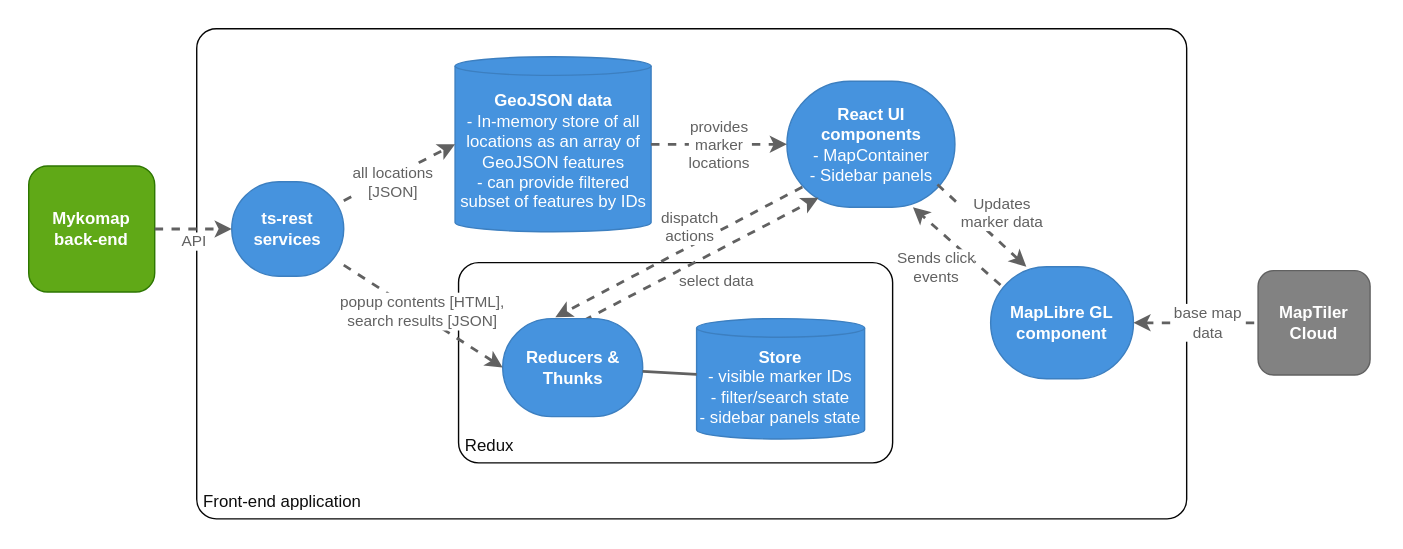
The draw.io diagram docs/images/architecture-front-end.drawio.svg in DigitalCommons/mykomap-monolith, before a commit. Source tidied: cells renumbered, new cells last; positions are measured from the earlier drawing's top-left corner, leaving out a move shared by most shapes.
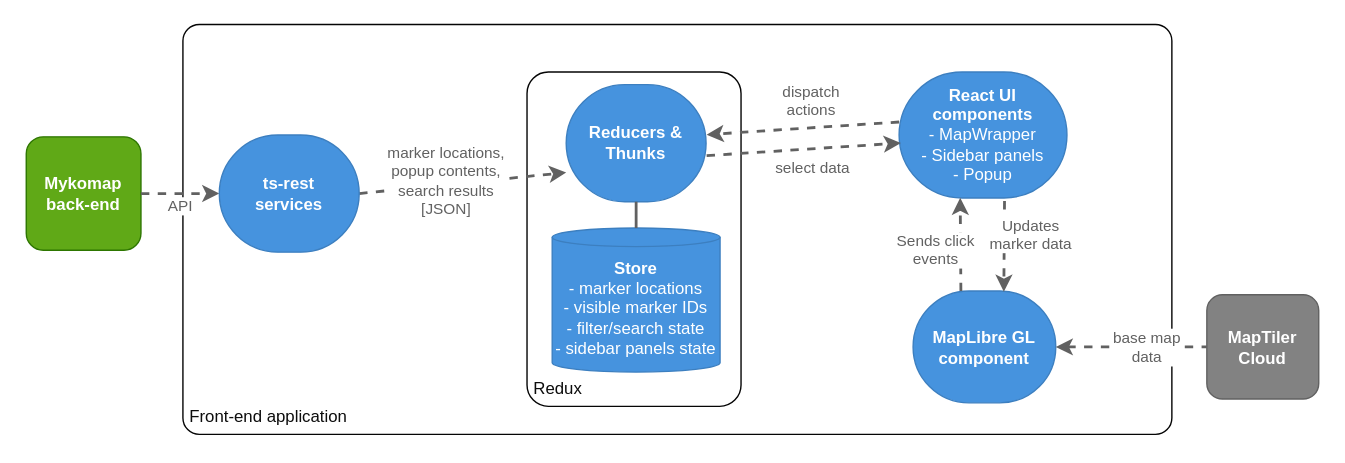
Above is the later version.

Commit message:
[front-end] Update docs

Change to the diagram source:
```diff
@@ -3,69 +3,60 @@
     <mxCell id="0" />
     <mxCell id="1" parent="0" />
     <mxCell id="2" style="rounded=0;whiteSpace=wrap;html=1;labelBackgroundColor=none;strokeColor=none;fontColor=#0D0D0D;fillColor=#FFFFFF;arcSize=4;align=left;verticalAlign=bottom;spacing=5;" parent="1" vertex="1">
-      <mxGeometry width="1000" height="390" as="geometry" />
+      <mxGeometry x="2" y="1" width="960" height="330" as="geometry" />
     </mxCell>
     <mxCell id="3" value="Front-end application" style="rounded=1;whiteSpace=wrap;html=1;labelBackgroundColor=none;strokeColor=#050505;fontColor=#0D0D0D;fillColor=#FFFFFF;arcSize=4;align=left;verticalAlign=bottom;spacing=5;" parent="1" vertex="1">
-      <mxGeometry x="140" y="20" width="707" height="350" as="geometry" />
+      <mxGeometry x="132" y="18" width="707" height="293" as="geometry" />
     </mxCell>
-    <mxCell id="4" value="&lt;b&gt;React UI components&lt;/b&gt;&lt;br&gt;- MapContainer&lt;br&gt;- Sidebar panels" style="rounded=1;whiteSpace=wrap;html=1;fillColor=#4693DE;strokeColor=#3c7fc0;fontColor=#ffffff;arcSize=50;" parent="1" vertex="1">
-      <mxGeometry x="561.5" y="57.5" width="120" height="90" as="geometry" />
+    <mxCell id="4" value="&lt;b&gt;React UI components&lt;/b&gt;&lt;br&gt;- MapWrapper&lt;br&gt;- Sidebar panels&lt;br&gt;- Popup" style="rounded=1;whiteSpace=wrap;html=1;fillColor=#4693DE;strokeColor=#3c7fc0;fontColor=#ffffff;arcSize=50;" parent="1" vertex="1">
+      <mxGeometry x="644" y="52" width="120" height="90" as="geometry" />
     </mxCell>
     <mxCell id="5" value="&lt;b&gt;Mykomap&lt;br&gt;back-end&lt;br&gt;&lt;/b&gt;" style="rounded=1;whiteSpace=wrap;html=1;fillColor=#60a917;strokeColor=#2D7600;fontColor=#ffffff;" parent="1" vertex="1">
-      <mxGeometry x="20" y="118" width="90" height="90" as="geometry" />
+      <mxGeometry x="20" y="98.3" width="82" height="81.1" as="geometry" />
     </mxCell>
     <mxCell id="6" value="&lt;b&gt;MapLibre GL component&lt;/b&gt;" style="rounded=1;whiteSpace=wrap;html=1;fillColor=#4693DE;strokeColor=#3c7fc0;fontColor=#ffffff;arcSize=50;" parent="1" vertex="1">
-      <mxGeometry x="707" y="190" width="102" height="80" as="geometry" />
+      <mxGeometry x="654" y="208.5" width="102" height="80" as="geometry" />
     </mxCell>
-    <mxCell id="7" value="Updates&lt;br&gt;marker data" style="endArrow=classic;html=1;dashed=1;strokeWidth=2;strokeColor=#616161;labelBackgroundColor=#FFFFFF;fontColor=#616161;verticalAlign=bottom;entryX=0.25;entryY=0;entryDx=0;entryDy=0;startArrow=none;exitX=0.896;exitY=0.819;exitDx=0;exitDy=0;exitPerimeter=0;" parent="1" edge="1" source="4" target="6">
-      <mxGeometry x="0.34" y="5" relative="1" as="geometry" />
+    <mxCell id="7" value="Updates&lt;br&gt;marker data" style="endArrow=classic;html=1;dashed=1;strokeWidth=2;strokeColor=#616161;labelBackgroundColor=#FFFFFF;fontColor=#616161;verticalAlign=bottom;entryX=0.636;entryY=0.007;entryDx=0;entryDy=0;startArrow=none;exitX=0.628;exitY=1.025;exitDx=0;exitDy=0;exitPerimeter=0;entryPerimeter=0;" parent="1" edge="1" source="4" target="6">
+      <mxGeometry x="0.25" y="19" relative="1" as="geometry" />
     </mxCell>
     <mxCell id="8" value="Redux" style="rounded=1;whiteSpace=wrap;html=1;labelBackgroundColor=none;strokeColor=#050505;fontColor=#0D0D0D;fillColor=#FFFFFF;arcSize=10;align=left;verticalAlign=bottom;spacing=5;perimeterSpacing=0;" parent="1" vertex="1">
-      <mxGeometry x="327" y="187" width="310" height="143" as="geometry" />
+      <mxGeometry x="378" y="52" width="153" height="239" as="geometry" />
     </mxCell>
-    <mxCell id="9" value="dispatch&lt;br&gt;actions" style="endArrow=classic;html=1;entryX=0.376;entryY=-0.014;entryDx=0;entryDy=0;exitX=0.092;exitY=0.839;exitDx=0;exitDy=0;dashed=1;strokeWidth=2;strokeColor=#616161;labelBackgroundColor=#FFFFFF;fontColor=#616161;entryPerimeter=0;horizontal=1;verticalAlign=bottom;exitPerimeter=0;" parent="1" edge="1" source="4" target="13">
-      <mxGeometry x="-0.08" y="1" relative="1" as="geometry" />
+    <mxCell id="9" value="dispatch&lt;br&gt;actions" style="endArrow=classic;html=1;entryX=1.004;entryY=0.427;entryDx=0;entryDy=0;exitX=0;exitY=0.397;exitDx=0;exitDy=0;dashed=1;strokeWidth=2;strokeColor=#616161;labelBackgroundColor=#FFFFFF;fontColor=#616161;horizontal=1;verticalAlign=bottom;exitPerimeter=0;entryPerimeter=0;" parent="1" edge="1" source="4" target="13">
+      <mxGeometry x="-0.1" y="-4" relative="1" as="geometry">
+        <mxPoint x="-1" as="offset" />
+      </mxGeometry>
     </mxCell>
-    <mxCell id="10" value="select data" style="endArrow=classic;html=1;dashed=1;strokeWidth=2;strokeColor=#616161;labelBackgroundColor=#FFFFFF;fontColor=#616161;exitX=0.579;exitY=0.019;exitDx=0;exitDy=0;exitPerimeter=0;verticalAlign=top;horizontal=1;entryX=0.188;entryY=0.924;entryDx=0;entryDy=0;entryPerimeter=0;" parent="1" edge="1" source="13" target="4">
-      <mxGeometry x="0.09" y="-7" relative="1" as="geometry" />
+    <mxCell id="10" value="select data" style="endArrow=classic;html=1;dashed=1;strokeWidth=2;strokeColor=#616161;labelBackgroundColor=#FFFFFF;fontColor=#616161;exitX=1.004;exitY=0.606;exitDx=0;exitDy=0;verticalAlign=middle;horizontal=1;entryX=0.01;entryY=0.564;entryDx=0;entryDy=0;exitPerimeter=0;entryPerimeter=0;" parent="1" edge="1" source="13" target="4">
+      <mxGeometry x="0.08" y="-14" relative="1" as="geometry" />
     </mxCell>
-    <mxCell id="11" value="&lt;font&gt;&lt;b&gt;GeoJSON data&lt;/b&gt;&lt;br&gt;- In-memory store of all locations as an array of GeoJSON features&lt;br&gt;- can provide filtered subset of features by IDs&lt;br&gt;&lt;/font&gt;" style="shape=cylinder3;whiteSpace=wrap;html=1;boundedLbl=1;backgroundOutline=1;size=6.64705882352942;labelBackgroundColor=none;strokeColor=#3c7fc0;fontColor=#FFFFFF;fillColor=#4693DE;rounded=1;" parent="1" vertex="1">
-      <mxGeometry x="324.5" y="40" width="140" height="125" as="geometry" />
-    </mxCell>
-    <mxCell id="12" value="&lt;font&gt;&lt;b&gt;Store&lt;/b&gt;&lt;br&gt;- visible marker IDs&lt;br&gt;- filter/search state&lt;br&gt;- sidebar panels state&lt;br&gt;&lt;/font&gt;" style="shape=cylinder3;whiteSpace=wrap;html=1;boundedLbl=1;backgroundOutline=1;size=6.64705882352942;labelBackgroundColor=none;strokeColor=#3c7fc0;fontColor=#FFFFFF;fillColor=#4693DE;rounded=1;" parent="1" vertex="1">
-      <mxGeometry x="497" y="227" width="120" height="86" as="geometry" />
+    <mxCell id="12" value="&lt;font&gt;&lt;b&gt;Store&lt;/b&gt;&lt;br&gt;- marker locations&lt;br&gt;- visible marker IDs&lt;br&gt;- filter/search state&lt;br&gt;- sidebar panels state&lt;br&gt;&lt;/font&gt;" style="shape=cylinder3;whiteSpace=wrap;html=1;boundedLbl=1;backgroundOutline=1;size=6.64705882352942;labelBackgroundColor=none;strokeColor=#3c7fc0;fontColor=#FFFFFF;fillColor=#4693DE;rounded=1;" parent="1" vertex="1">
+      <mxGeometry x="396" y="163.5" width="120" height="103" as="geometry" />
     </mxCell>
     <mxCell id="13" value="&lt;b&gt;Reducers &amp;amp; Thunks&lt;/b&gt;" style="rounded=1;whiteSpace=wrap;html=1;fillColor=#4693DE;strokeColor=#3c7fc0;fontColor=#ffffff;arcSize=50;" parent="1" vertex="1">
-      <mxGeometry x="358.5" y="227" width="100" height="70" as="geometry" />
+      <mxGeometry x="406" y="61" width="100" height="83.8" as="geometry" />
     </mxCell>
     <mxCell id="14" style="edgeStyle=none;html=1;strokeColor=#616161;strokeWidth=2;endArrow=none;endFill=0;" parent="1" edge="1" source="13" target="12">
       <mxGeometry relative="1" as="geometry" />
     </mxCell>
-    <mxCell id="15" value="Sends click&lt;br&gt;events" style="endArrow=classic;html=1;dashed=1;strokeWidth=2;strokeColor=#616161;labelBackgroundColor=#FFFFFF;fontColor=#616161;entryX=0.75;entryY=1;entryDx=0;entryDy=0;verticalAlign=top;exitX=0.069;exitY=0.163;exitDx=0;exitDy=0;exitPerimeter=0;" parent="1" edge="1" source="6" target="4">
-      <mxGeometry x="0.37" y="7" relative="1" as="geometry">
-        <mxPoint x="1" as="offset" />
-      </mxGeometry>
+    <mxCell id="15" value="Sends click&lt;br&gt;events" style="endArrow=classic;html=1;dashed=1;strokeWidth=2;strokeColor=#616161;labelBackgroundColor=#FFFFFF;fontColor=#616161;verticalAlign=top;exitX=0.335;exitY=0.001;exitDx=0;exitDy=0;exitPerimeter=0;entryX=0.364;entryY=0.999;entryDx=0;entryDy=0;entryPerimeter=0;" parent="1" edge="1" source="6" target="4">
+      <mxGeometry x="0.46" y="18" relative="1" as="geometry" />
     </mxCell>
-    <mxCell id="16" value="provides&lt;br&gt;marker&lt;br&gt;locations" style="endArrow=classic;html=1;dashed=1;strokeWidth=2;strokeColor=#616161;labelBackgroundColor=#FFFFFF;fontColor=#616161;entryX=0;entryY=0.5;entryDx=0;entryDy=0;verticalAlign=middle;exitX=1;exitY=0.5;exitDx=0;exitDy=0;exitPerimeter=0;" parent="1" edge="1" source="11" target="4">
-      <mxGeometry relative="1" as="geometry" />
-    </mxCell>
     <mxCell id="17" value="base map&lt;br&gt;data" style="endArrow=none;html=1;exitX=1;exitY=0.5;exitDx=0;exitDy=0;dashed=1;strokeWidth=2;strokeColor=#616161;labelBackgroundColor=#FFFFFF;fontColor=#616161;verticalAlign=middle;entryX=0;entryY=0.5;entryDx=0;entryDy=0;endFill=0;startArrow=classic;startFill=1;" parent="1" edge="1" source="6" target="18">
       <mxGeometry x="0.2" relative="1" as="geometry" />
     </mxCell>
     <mxCell id="18" value="&lt;b&gt;MapTiler Cloud&lt;/b&gt;" style="rounded=1;whiteSpace=wrap;html=1;fillColor=#828282;strokeColor=#616161;fontColor=#ffffff;" parent="1" vertex="1">
-      <mxGeometry x="898" y="192.8" width="80" height="74.5" as="geometry" />
+      <mxGeometry x="864" y="211.2" width="80" height="74.5" as="geometry" />
     </mxCell>
-    <mxCell id="19" value="all&amp;nbsp;locations&lt;br&gt;[JSON]" style="endArrow=classic;html=1;dashed=1;strokeWidth=2;strokeColor=#616161;labelBackgroundColor=#FFFFFF;fontColor=#616161;verticalAlign=middle;horizontal=1;entryX=0;entryY=0.5;entryDx=0;entryDy=0;entryPerimeter=0;" parent="1" edge="1" source="21" target="11">
-      <mxGeometry x="-0.17" y="-4" relative="1" as="geometry" />
-    </mxCell>
-    <mxCell id="20" value="popup contents [HTML],&lt;br&gt;search results [JSON]" style="endArrow=classic;html=1;dashed=1;strokeWidth=2;strokeColor=#616161;labelBackgroundColor=#FFFFFF;fontColor=#616161;verticalAlign=middle;horizontal=1;entryX=0;entryY=0.5;entryDx=0;entryDy=0;" parent="1" edge="1" source="21" target="13">
-      <mxGeometry x="-0.03" y="2" relative="1" as="geometry" />
+    <mxCell id="20" value="marker locations,&lt;br&gt;popup contents,&lt;br&gt;search results&lt;br&gt;[JSON]" style="endArrow=classic;html=1;dashed=1;strokeWidth=2;strokeColor=#616161;labelBackgroundColor=#FFFFFF;fontColor=#616161;verticalAlign=middle;horizontal=1;entryX=0;entryY=0.75;entryDx=0;entryDy=0;exitX=1;exitY=0.5;exitDx=0;exitDy=0;" parent="1" edge="1" source="21" target="13">
+      <mxGeometry x="-0.16" y="3" relative="1" as="geometry" />
     </mxCell>
+    <mxCell id="22" value="API" style="endArrow=classic;html=1;dashed=1;strokeWidth=2;strokeColor=#616161;labelBackgroundColor=#FFFFFF;fontColor=#616161;verticalAlign=bottom;horizontal=1;entryX=0;entryY=0.5;entryDx=0;entryDy=0;exitX=1;exitY=0.5;exitDx=0;exitDy=0;" parent="1" edge="1" source="5" target="21">
+      <mxGeometry y="-18" relative="1" as="geometry" />
+    </mxCell>
     <mxCell id="21" value="&lt;b&gt;ts-rest&lt;br&gt;services&lt;br&gt;&lt;/b&gt;" style="rounded=1;whiteSpace=wrap;html=1;fillColor=#4693DE;strokeColor=#3c7fc0;fontColor=#ffffff;arcSize=50;" parent="1" vertex="1">
-      <mxGeometry x="165" y="129.2" width="80" height="67.5" as="geometry" />
+      <mxGeometry x="158" y="97" width="100" height="83.8" as="geometry" />
     </mxCell>
-    <mxCell id="22" value="API" style="endArrow=classic;html=1;dashed=1;strokeWidth=2;strokeColor=#616161;labelBackgroundColor=#FFFFFF;fontColor=#616161;verticalAlign=bottom;horizontal=1;entryX=0;entryY=0.5;entryDx=0;entryDy=0;exitX=1;exitY=0.5;exitDx=0;exitDy=0;" parent="1" edge="1" source="5" target="21">
-      <mxGeometry y="-18" relative="1" as="geometry" />
-    </mxCell>
   </root>
 </mxGraphModel>
```
